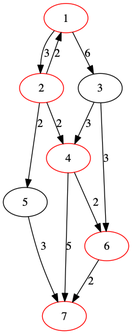
KatagiriSo/RDSearch keeps this Graphviz diagram as rdnode.png. Above is the earlier version. Its source is kept beside it as rdnode.dot.
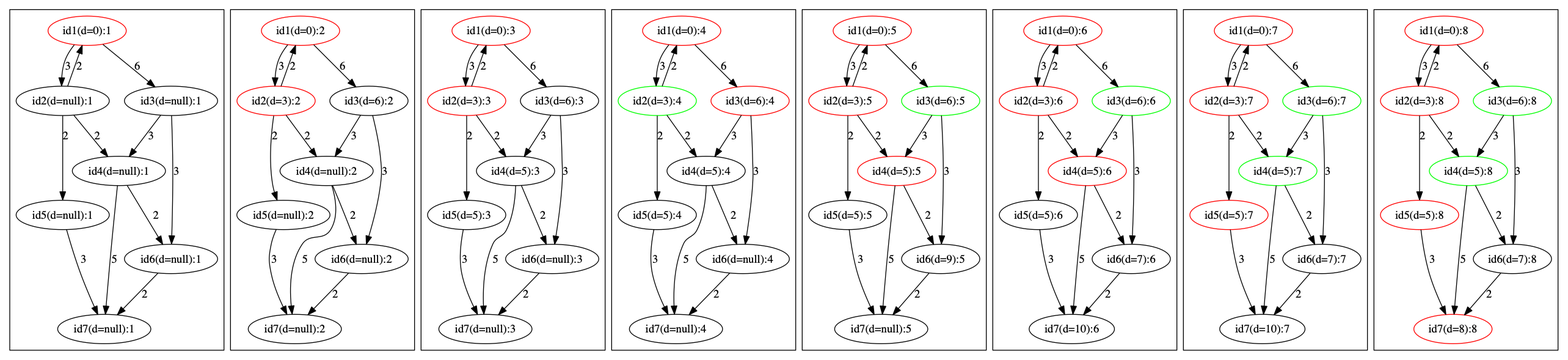
After the change.

What changed in the source:
```diff
@@ -1,23 +1,186 @@
 digraph graph_name {
-edge [style = "solid"];node [color = "#000000"];1 [color="#00FF00"] ;
-2 [color="#00FF00"] ;
-4 [color="#00FF00"] ;
-6 [color="#00FF00"] ;
-7 [color="#00FF00"] ;
-1 [color="#FF0000"] ;
-2 [color="#FF0000"] ;
-4 [color="#FF0000"] ;
-6 [color="#FF0000"] ;
-7 [color="#FF0000"] ;
-1 -> 2[label="3"] ;
-2 -> 1[label="2"] ;
-2 -> 4[label="2"] ;
-4 -> 6[label="2"] ;
-6 -> 7[label="2"] ;
-4 -> 7[label="5"] ;
-2 -> 5[label="2"] ;
-5 -> 7[label="3"] ;
-1 -> 3[label="6"] ;
-3 -> 4[label="3"] ;
-3 -> 6[label="3"] ;
+
+subgraph cluster1 {
+edge [style = "solid"];
+node [color = "#000000"]
+;"id1(d=0):1" [color="#00FF00"] ;
+"id1(d=0):1" [color="#FF0000"] ;
+"id1(d=0):1" -> "id2(d=null):1"[label="3"] ;
+"id2(d=null):1" -> "id1(d=0):1"[label="2"] ;
+"id2(d=null):1" -> "id4(d=null):1"[label="2"] ;
+"id4(d=null):1" -> "id6(d=null):1"[label="2"] ;
+"id6(d=null):1" -> "id7(d=null):1"[label="2"] ;
+"id4(d=null):1" -> "id7(d=null):1"[label="5"] ;
+"id2(d=null):1" -> "id5(d=null):1"[label="2"] ;
+"id5(d=null):1" -> "id7(d=null):1"[label="3"] ;
+"id1(d=0):1" -> "id3(d=null):1"[label="6"] ;
+"id3(d=null):1" -> "id4(d=null):1"[label="3"] ;
+"id3(d=null):1" -> "id6(d=null):1"[label="3"] ;
 }
+
+subgraph cluster2 {
+edge [style = "solid"];
+node [color = "#000000"]
+;"id1(d=0):2" [color="#00FF00"] ;
+"id2(d=3):2" [color="#00FF00"] ;
+"id1(d=0):2" [color="#FF0000"] ;
+"id2(d=3):2" [color="#FF0000"] ;
+"id1(d=0):2" -> "id2(d=3):2"[label="3"] ;
+"id2(d=3):2" -> "id1(d=0):2"[label="2"] ;
+"id2(d=3):2" -> "id4(d=null):2"[label="2"] ;
+"id4(d=null):2" -> "id6(d=null):2"[label="2"] ;
+"id6(d=null):2" -> "id7(d=null):2"[label="2"] ;
+"id4(d=null):2" -> "id7(d=null):2"[label="5"] ;
+"id2(d=3):2" -> "id5(d=null):2"[label="2"] ;
+"id5(d=null):2" -> "id7(d=null):2"[label="3"] ;
+"id1(d=0):2" -> "id3(d=6):2"[label="6"] ;
+"id3(d=6):2" -> "id4(d=null):2"[label="3"] ;
+"id3(d=6):2" -> "id6(d=null):2"[label="3"] ;
+}
+
+subgraph cluster3 {
+edge [style = "solid"];
+node [color = "#000000"]
+;"id1(d=0):3" [color="#00FF00"] ;
+"id2(d=3):3" [color="#00FF00"] ;
+"id2(d=3):3" [color="#00FF00"] ;
+"id1(d=0):3" [color="#FF0000"] ;
+"id2(d=3):3" [color="#FF0000"] ;
+"id1(d=0):3" -> "id2(d=3):3"[label="3"] ;
+"id2(d=3):3" -> "id1(d=0):3"[label="2"] ;
+"id2(d=3):3" -> "id4(d=5):3"[label="2"] ;
+"id4(d=5):3" -> "id6(d=null):3"[label="2"] ;
+"id6(d=null):3" -> "id7(d=null):3"[label="2"] ;
+"id4(d=5):3" -> "id7(d=null):3"[label="5"] ;
+"id2(d=3):3" -> "id5(d=5):3"[label="2"] ;
+"id5(d=5):3" -> "id7(d=null):3"[label="3"] ;
+"id1(d=0):3" -> "id3(d=6):3"[label="6"] ;
+"id3(d=6):3" -> "id4(d=5):3"[label="3"] ;
+"id3(d=6):3" -> "id6(d=null):3"[label="3"] ;
+}
+
+subgraph cluster4 {
+edge [style = "solid"];
+node [color = "#000000"]
+;"id1(d=0):4" [color="#00FF00"] ;
+"id2(d=3):4" [color="#00FF00"] ;
+"id2(d=3):4" [color="#00FF00"] ;
+"id3(d=6):4" [color="#00FF00"] ;
+"id1(d=0):4" [color="#FF0000"] ;
+"id3(d=6):4" [color="#FF0000"] ;
+"id1(d=0):4" -> "id2(d=3):4"[label="3"] ;
+"id2(d=3):4" -> "id1(d=0):4"[label="2"] ;
+"id2(d=3):4" -> "id4(d=5):4"[label="2"] ;
+"id4(d=5):4" -> "id6(d=null):4"[label="2"] ;
+"id6(d=null):4" -> "id7(d=null):4"[label="2"] ;
+"id4(d=5):4" -> "id7(d=null):4"[label="5"] ;
+"id2(d=3):4" -> "id5(d=5):4"[label="2"] ;
+"id5(d=5):4" -> "id7(d=null):4"[label="3"] ;
+"id1(d=0):4" -> "id3(d=6):4"[label="6"] ;
+"id3(d=6):4" -> "id4(d=5):4"[label="3"] ;
+"id3(d=6):4" -> "id6(d=null):4"[label="3"] ;
+}
+
+subgraph cluster5 {
+edge [style = "solid"];
+node [color = "#000000"]
+;"id1(d=0):5" [color="#00FF00"] ;
+"id2(d=3):5" [color="#00FF00"] ;
+"id2(d=3):5" [color="#00FF00"] ;
+"id3(d=6):5" [color="#00FF00"] ;
+"id4(d=5):5" [color="#00FF00"] ;
+"id1(d=0):5" [color="#FF0000"] ;
+"id2(d=3):5" [color="#FF0000"] ;
+"id4(d=5):5" [color="#FF0000"] ;
+"id1(d=0):5" -> "id2(d=3):5"[label="3"] ;
+"id2(d=3):5" -> "id1(d=0):5"[label="2"] ;
+"id2(d=3):5" -> "id4(d=5):5"[label="2"] ;
+"id4(d=5):5" -> "id6(d=9):5"[label="2"] ;
+"id6(d=9):5" -> "id7(d=null):5"[label="2"] ;
+"id4(d=5):5" -> "id7(d=null):5"[label="5"] ;
+"id2(d=3):5" -> "id5(d=5):5"[label="2"] ;
+"id5(d=5):5" -> "id7(d=null):5"[label="3"] ;
+"id1(d=0):5" -> "id3(d=6):5"[label="6"] ;
+"id3(d=6):5" -> "id4(d=5):5"[label="3"] ;
+"id3(d=6):5" -> "id6(d=9):5"[label="3"] ;
+}
+
+subgraph cluster6 {
+edge [style = "solid"];
+node [color = "#000000"]
+;"id1(d=0):6" [color="#00FF00"] ;
+"id2(d=3):6" [color="#00FF00"] ;
+"id2(d=3):6" [color="#00FF00"] ;
+"id3(d=6):6" [color="#00FF00"] ;
+"id4(d=5):6" [color="#00FF00"] ;
+"id4(d=5):6" [color="#00FF00"] ;
+"id1(d=0):6" [color="#FF0000"] ;
+"id2(d=3):6" [color="#FF0000"] ;
+"id4(d=5):6" [color="#FF0000"] ;
+"id1(d=0):6" -> "id2(d=3):6"[label="3"] ;
+"id2(d=3):6" -> "id1(d=0):6"[label="2"] ;
+"id2(d=3):6" -> "id4(d=5):6"[label="2"] ;
+"id4(d=5):6" -> "id6(d=7):6"[label="2"] ;
+"id6(d=7):6" -> "id7(d=10):6"[label="2"] ;
+"id4(d=5):6" -> "id7(d=10):6"[label="5"] ;
+"id2(d=3):6" -> "id5(d=5):6"[label="2"] ;
+"id5(d=5):6" -> "id7(d=10):6"[label="3"] ;
+"id1(d=0):6" -> "id3(d=6):6"[label="6"] ;
+"id3(d=6):6" -> "id4(d=5):6"[label="3"] ;
+"id3(d=6):6" -> "id6(d=7):6"[label="3"] ;
+}
+
+subgraph cluster7 {
+edge [style = "solid"];
+node [color = "#000000"]
+;"id1(d=0):7" [color="#00FF00"] ;
+"id2(d=3):7" [color="#00FF00"] ;
+"id2(d=3):7" [color="#00FF00"] ;
+"id3(d=6):7" [color="#00FF00"] ;
+"id4(d=5):7" [color="#00FF00"] ;
+"id4(d=5):7" [color="#00FF00"] ;
+"id5(d=5):7" [color="#00FF00"] ;
+"id1(d=0):7" [color="#FF0000"] ;
+"id2(d=3):7" [color="#FF0000"] ;
+"id5(d=5):7" [color="#FF0000"] ;
+"id1(d=0):7" -> "id2(d=3):7"[label="3"] ;
+"id2(d=3):7" -> "id1(d=0):7"[label="2"] ;
+"id2(d=3):7" -> "id4(d=5):7"[label="2"] ;
+"id4(d=5):7" -> "id6(d=7):7"[label="2"] ;
+"id6(d=7):7" -> "id7(d=10):7"[label="2"] ;
+"id4(d=5):7" -> "id7(d=10):7"[label="5"] ;
+"id2(d=3):7" -> "id5(d=5):7"[label="2"] ;
+"id5(d=5):7" -> "id7(d=10):7"[label="3"] ;
+"id1(d=0):7" -> "id3(d=6):7"[label="6"] ;
+"id3(d=6):7" -> "id4(d=5):7"[label="3"] ;
+"id3(d=6):7" -> "id6(d=7):7"[label="3"] ;
+}
+
+subgraph cluster8 {
+edge [style = "solid"];
+node [color = "#000000"]
+;"id1(d=0):8" [color="#00FF00"] ;
+"id2(d=3):8" [color="#00FF00"] ;
+"id2(d=3):8" [color="#00FF00"] ;
+"id3(d=6):8" [color="#00FF00"] ;
+"id4(d=5):8" [color="#00FF00"] ;
+"id4(d=5):8" [color="#00FF00"] ;
+"id5(d=5):8" [color="#00FF00"] ;
+"id1(d=0):8" [color="#FF0000"] ;
+"id2(d=3):8" [color="#FF0000"] ;
+"id5(d=5):8" [color="#FF0000"] ;
+"id7(d=8):8" [color="#FF0000"] ;
+"id1(d=0):8" -> "id2(d=3):8"[label="3"] ;
+"id2(d=3):8" -> "id1(d=0):8"[label="2"] ;
+"id2(d=3):8" -> "id4(d=5):8"[label="2"] ;
+"id4(d=5):8" -> "id6(d=7):8"[label="2"] ;
+"id6(d=7):8" -> "id7(d=8):8"[label="2"] ;
+"id4(d=5):8" -> "id7(d=8):8"[label="5"] ;
+"id2(d=3):8" -> "id5(d=5):8"[label="2"] ;
+"id5(d=5):8" -> "id7(d=8):8"[label="3"] ;
+"id1(d=0):8" -> "id3(d=6):8"[label="6"] ;
+"id3(d=6):8" -> "id4(d=5):8"[label="3"] ;
+"id3(d=6):8" -> "id6(d=7):8"[label="3"] ;
+}
+
+}
```
